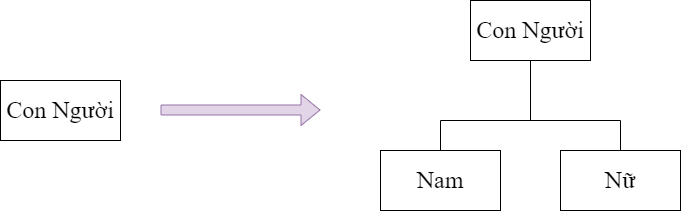
The draw.io diagram Luật thứ hai(trên xuống).png in datnham0212/learning, before a commit. Source tidied: cells renumbered, new cells last; positions are measured from the earlier drawing's top-left corner, leaving out a move shared by most shapes.
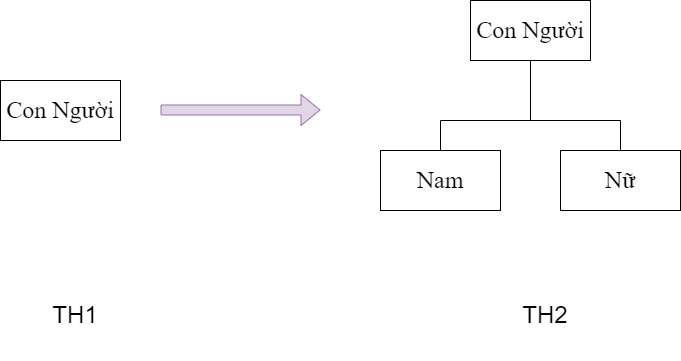
Later version of the same file.

What changed in the source:
```diff
@@ -44,5 +44,11 @@
         <mxPoint x="530" y="60" as="targetPoint" />
       </mxGeometry>
     </mxCell>
+    <mxCell id="11" value="&lt;font style=&quot;font-size: 24px;&quot;&gt;TH1&lt;/font&gt;" style="text;html=1;strokeColor=none;fillColor=none;align=center;verticalAlign=middle;whiteSpace=wrap;rounded=0;" parent="1" vertex="1">
+      <mxGeometry y="270" width="150" height="90" as="geometry" />
+    </mxCell>
+    <mxCell id="12" value="&lt;font style=&quot;font-size: 24px;&quot;&gt;TH2&lt;/font&gt;" style="text;html=1;strokeColor=none;fillColor=none;align=center;verticalAlign=middle;whiteSpace=wrap;rounded=0;" parent="1" vertex="1">
+      <mxGeometry x="470" y="270" width="150" height="90" as="geometry" />
+    </mxCell>
   </root>
 </mxGraphModel>
```
